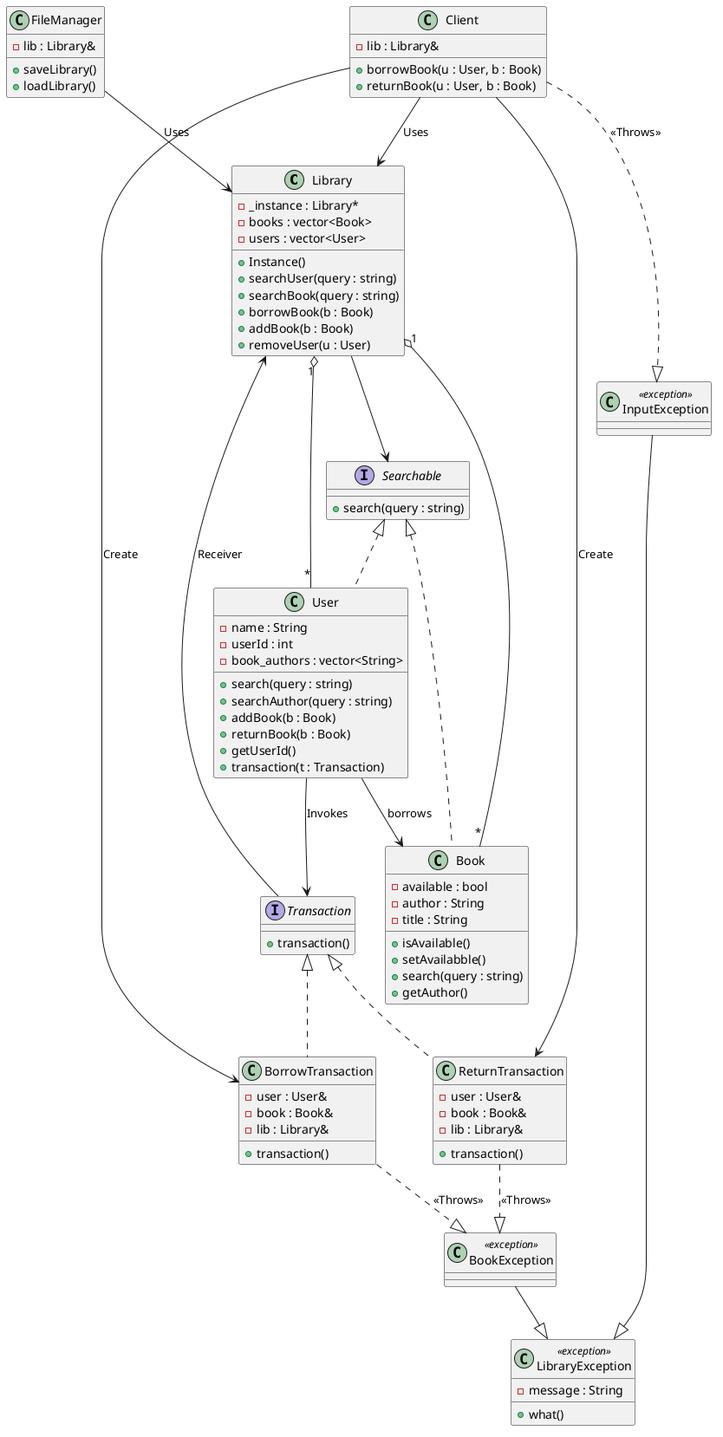
Earlier version of the PlantUML export library.png (Vincent-Pierce/Adaptive-Library-Management-System).
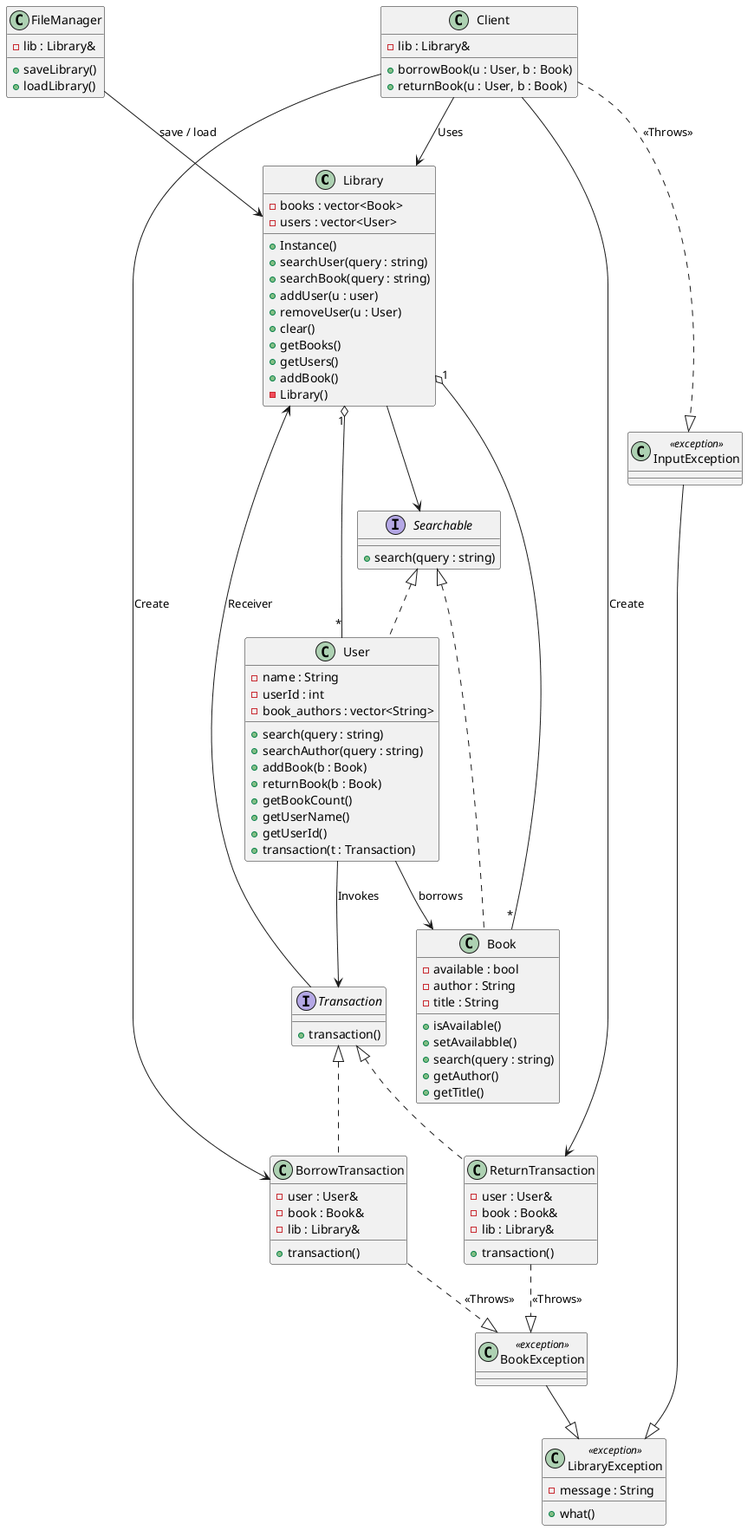
Later version of the same file.

Commit message:
implement run.sh script and FileManager tests

The edit, as a diff of the source:
```diff
@@ -1,16 +1,19 @@
 @startuml
 
 class Library {
-    - _instance : Library*
     - books : vector<Book>
     - users : vector<User>
 
     + Instance()
     + searchUser(query : string)
     + searchBook(query : string)
-    + borrowBook(b : Book)
-    + addBook(b : Book)
+    + addUser(u : user)
     + removeUser(u : User)
+    + clear()
+    + getBooks()
+    + getUsers()
+    + addBook()
+    - Library()
 }
 
 interface Searchable {
@@ -27,6 +30,7 @@
     + setAvailabble()
     + search(query : string)
     + getAuthor()
+    + getTitle()
 }
 
 class User {
@@ -38,6 +42,8 @@
     + searchAuthor(query : string)
     + addBook(b : Book)
     + returnBook(b : Book)
+    + getBookCount()
+    + getUserName()
     + getUserId()
     + transaction(t : Transaction)
 }
@@ -108,7 +114,7 @@
 Library --> Searchable
 User --> Book : borrows
 User --> Transaction : Invokes
-FileManager --> Library : Uses
+FileManager --> Library : save / load
 BookException --|> LibraryException
 InputException --|> LibraryException
 Client ..|> InputException : <<Throws>>
```
